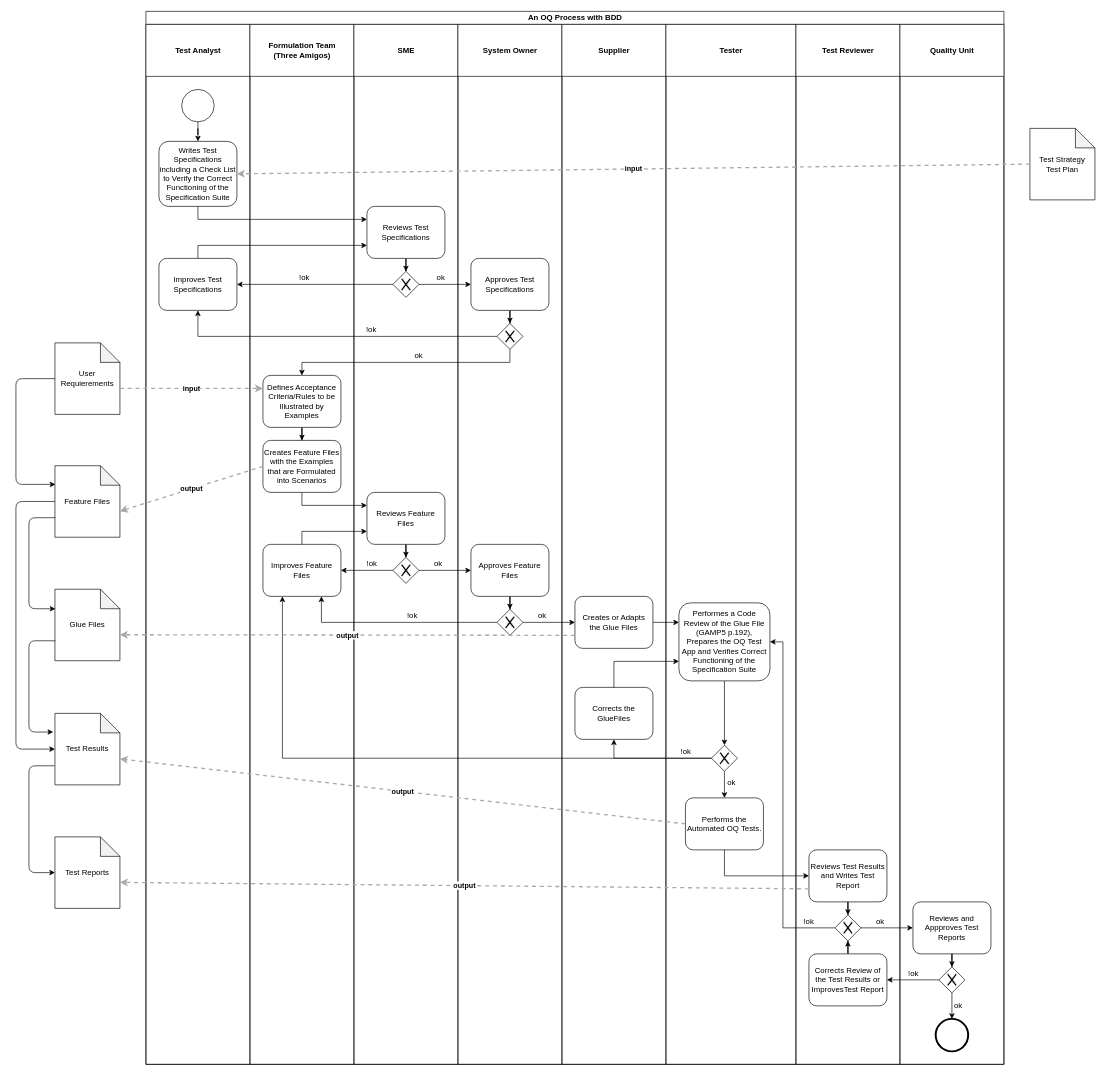
The draw.io diagram documentation/CombinedProcess.drawio in sableu/BDD4OQ, before the edit. Source tidied: cells renumbered, new cells numbered last; positions are measured from the earlier drawing's top-left corner, leaving out a move shared by most shapes. Both pictures are drawn from the tidied source at 65%, with x=0, y=0 at pixel (16, 11).
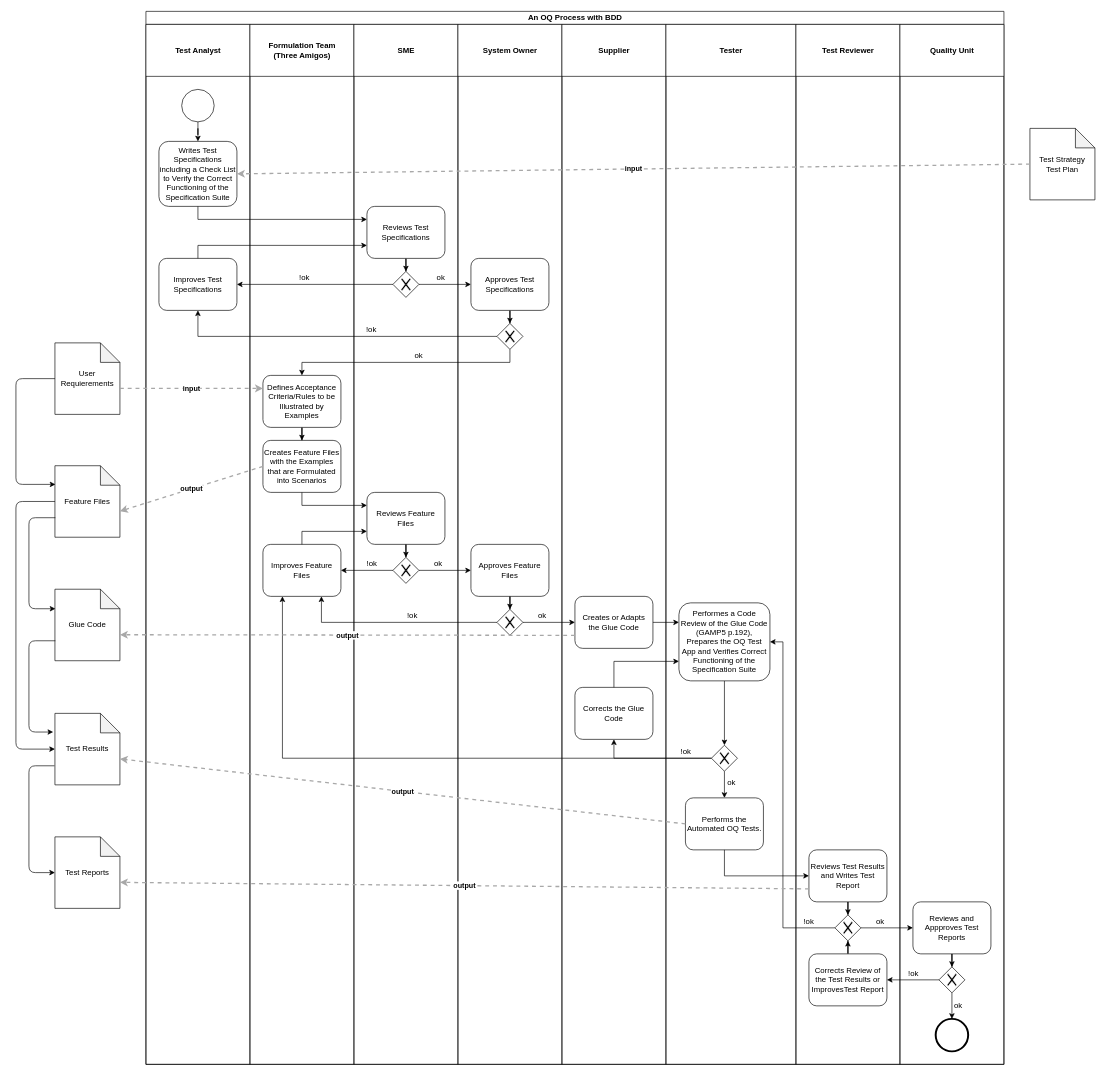
After the change.

Commit message (it also covers changes not shown here):
Some corrections --> Glue File to Glue Code

Unchanged cells that the change refers to:
```xml
<mxCell id="32" value="Supplier" style="swimlane;html=1;startSize=80;" parent="3" vertex="1">
  <mxGeometry x="640" y="20" width="160" height="1600" as="geometry" />
</mxCell>
<mxCell id="35" value="Tester" style="swimlane;html=1;startSize=80;" parent="3" vertex="1">
  <mxGeometry x="800" y="20" width="200" height="1600" as="geometry" />
</mxCell>
```

The edit, as a diff of the source:
```diff
@@
-    <mxCell id="33" value="Creates or Adapts &lt;br&gt;the Glue Files" style="shape=ext;rounded=1;html=1;whiteSpace=wrap;" parent="32" vertex="1">
+    <mxCell id="33" value="Creates or Adapts &lt;br&gt;the Glue Code" style="shape=ext;rounded=1;html=1;whiteSpace=wrap;" parent="32" vertex="1">
       <mxGeometry x="20" y="880" width="120" height="80" as="geometry" />
     </mxCell>
-    <mxCell id="34" value="Corrects the GlueFiles" style="shape=ext;rounded=1;html=1;whiteSpace=wrap;" parent="32" vertex="1">
+    <mxCell id="34" value="Corrects the Glue Code" style="shape=ext;rounded=1;html=1;whiteSpace=wrap;" parent="32" vertex="1">
       <mxGeometry x="20" y="1020" width="120" height="80" as="geometry" />
     </mxCell>
@@
-    <mxCell id="39" value="Performes a Code Review of the Glue File (GAMP5 p.192), Prepares the OQ Test App and Verifies Correct Functioning of the Specification Suite" style="shape=ext;rounded=1;html=1;whiteSpace=wrap;" parent="35" vertex="1">
+    <mxCell id="39" value="Performes a Code Review of the Glue Code (GAMP5 p.192), Prepares the OQ Test App and Verifies Correct Functioning of the Specification Suite" style="shape=ext;rounded=1;html=1;whiteSpace=wrap;" parent="35" vertex="1">
       <mxGeometry x="20" y="890" width="140" height="120" as="geometry" />
     </mxCell>
@@
-    <mxCell id="88" value="Glue Files" style="shape=note;whiteSpace=wrap;html=1;backgroundOutline=1;darkOpacity=0.05;" parent="1" vertex="1">
+    <mxCell id="88" value="Glue Code" style="shape=note;whiteSpace=wrap;html=1;backgroundOutline=1;darkOpacity=0.05;" parent="1" vertex="1">
       <mxGeometry x="60" y="889" width="100" height="110" as="geometry" />
     </mxCell>
```
